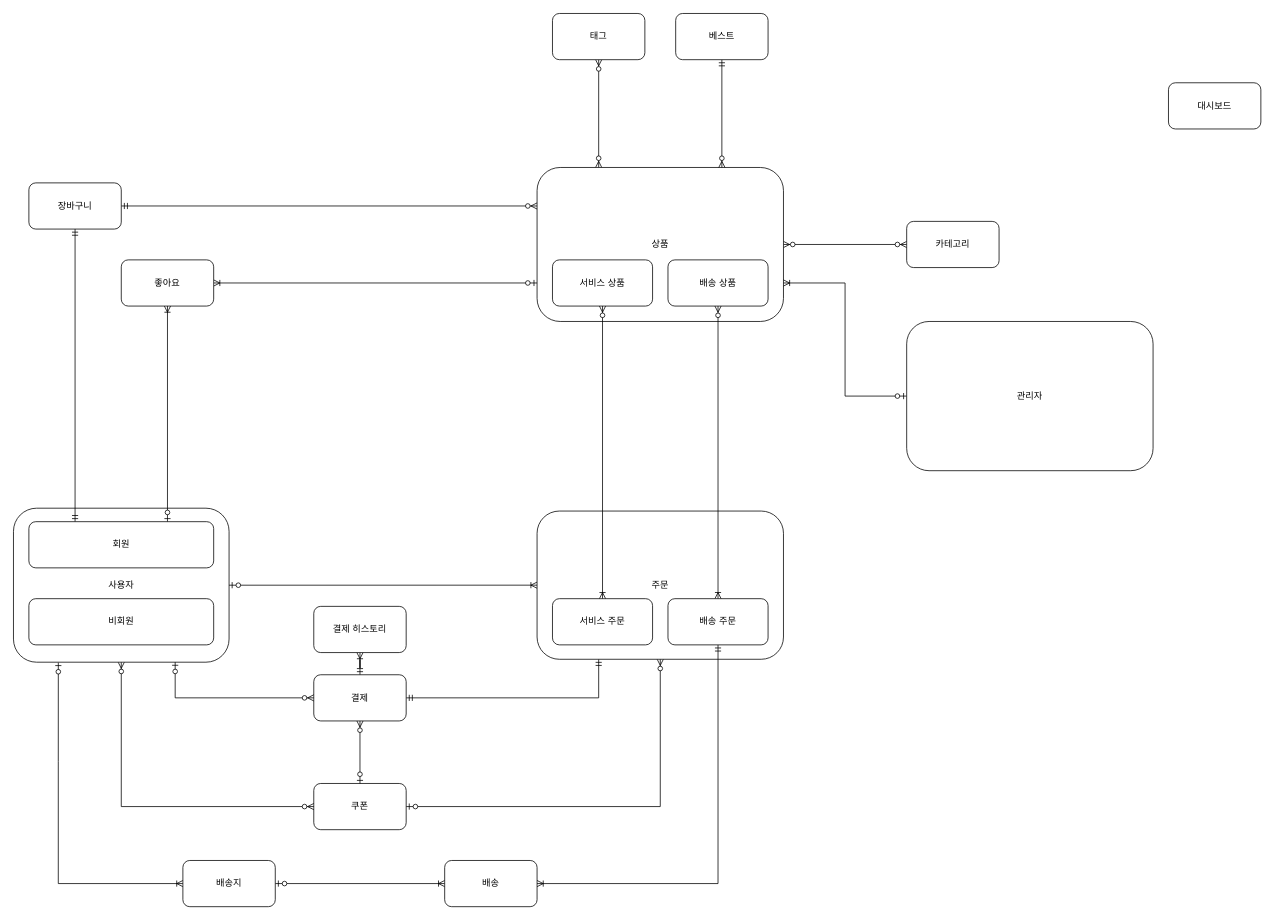
The draw.io diagram sirious_conceptual.drawio in donghyeon0725/notepad, before the edit. Source tidied: cells renumbered, new cells numbered last; positions are measured from the earlier drawing's top-left corner, leaving out a move shared by most shapes. Both pictures are drawn from the tidied source at 77%, with x=0, y=0 at pixel (13, 13).
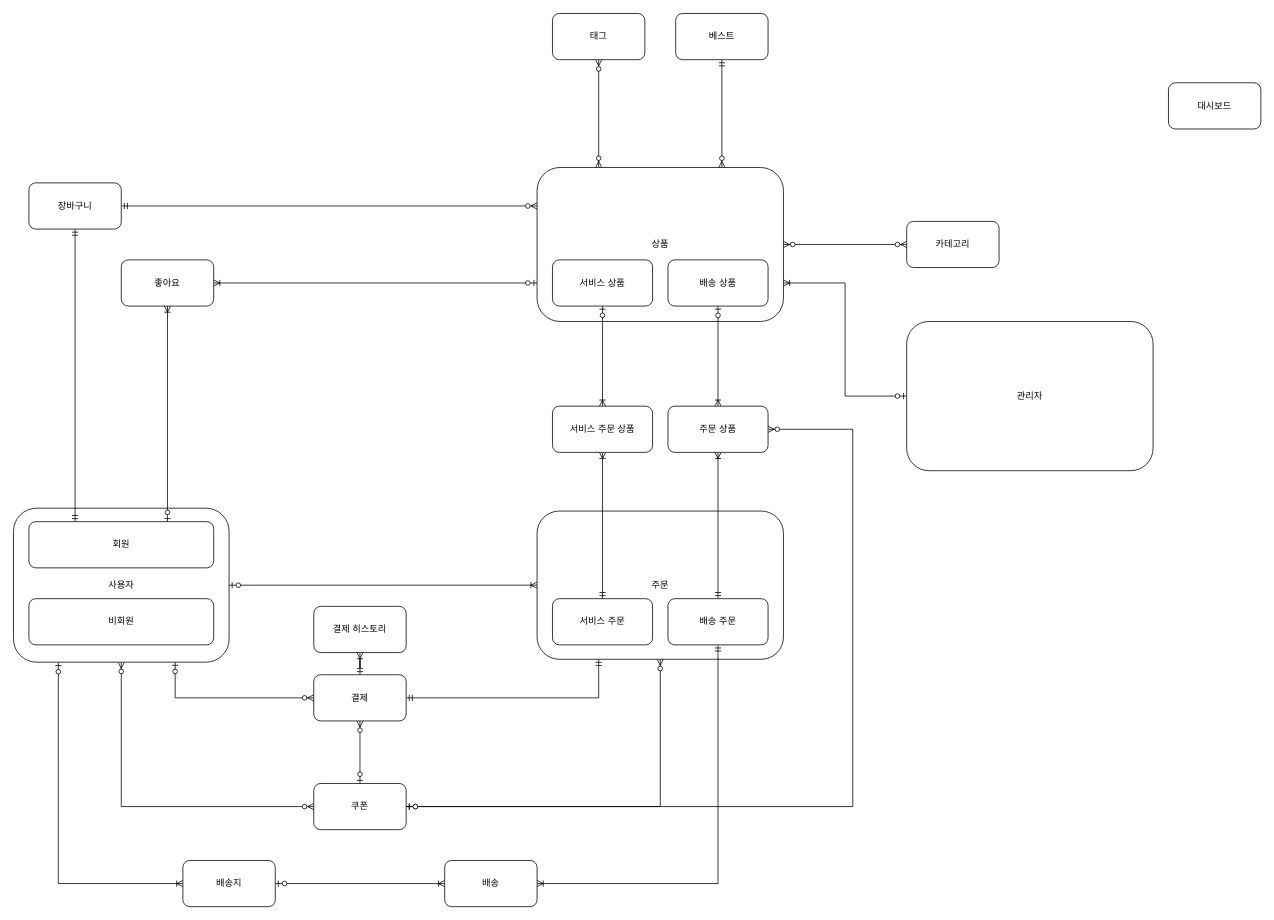
The same diagram, later.

Unchanged cells that the change refers to:
```xml
<mxCell id="5" value="서비스 상품" style="rounded=1;whiteSpace=wrap;html=1;" parent="1" vertex="1">
  <mxGeometry x="700" y="320" width="130" height="60" as="geometry" />
</mxCell>
<mxCell id="6" value="배송 상품" style="rounded=1;whiteSpace=wrap;html=1;" parent="1" vertex="1">
  <mxGeometry x="850" y="320" width="130" height="60" as="geometry" />
</mxCell>
<mxCell id="19" value="쿠폰" style="rounded=1;whiteSpace=wrap;html=1;" parent="1" vertex="1">
  <mxGeometry x="390" y="1000" width="120" height="60" as="geometry" />
</mxCell>
<mxCell id="36" value="서비스 주문" style="rounded=1;whiteSpace=wrap;html=1;" parent="1" vertex="1">
  <mxGeometry x="700" y="760" width="130" height="60" as="geometry" />
</mxCell>
<mxCell id="39" value="배송 주문" style="rounded=1;whiteSpace=wrap;html=1;" parent="1" vertex="1">
  <mxGeometry x="850" y="760" width="130" height="60" as="geometry" />
</mxCell>
```

The edit, as a diff of the source:
```diff
@@
+    <mxCell id="43" style="edgeStyle=orthogonalEdgeStyle;rounded=0;jettySize=auto;html=1;exitX=0.5;exitY=1;exitDx=0;exitDy=0;entryX=0.5;entryY=0;entryDx=0;entryDy=0;startArrow=ERzeroToOne;startFill=1;endArrow=ERoneToMany;endFill=0;" parent="1" edge="1" source="5" target="49">
+      <mxGeometry relative="1" as="geometry" />
+    </mxCell>
@@
+    <mxCell id="44" style="edgeStyle=orthogonalEdgeStyle;rounded=0;jettySize=auto;html=1;entryX=0.5;entryY=0;entryDx=0;entryDy=0;startArrow=ERzeroToOne;startFill=1;endArrow=ERoneToMany;endFill=0;" parent="1" edge="1" source="6" target="48">
+      <mxGeometry relative="1" as="geometry" />
+    </mxCell>
@@
-    <mxCell id="35" style="edgeStyle=orthogonalEdgeStyle;rounded=0;jettySize=auto;html=1;entryX=0.5;entryY=1;entryDx=0;entryDy=0;startArrow=ERoneToMany;startFill=0;endArrow=ERzeroToMany;endFill=1;" parent="1" edge="1" source="36" target="5">
-      <mxGeometry relative="1" as="geometry" />
-    </mxCell>
+    <mxCell id="45" style="edgeStyle=orthogonalEdgeStyle;rounded=0;jettySize=auto;html=1;exitX=0.5;exitY=0;exitDx=0;exitDy=0;startArrow=ERmandOne;startFill=0;endArrow=ERoneToMany;endFill=0;" parent="1" edge="1" source="36" target="49">
+      <mxGeometry relative="1" as="geometry" />
+    </mxCell>
@@
-    <mxCell id="37" style="edgeStyle=orthogonalEdgeStyle;rounded=0;jettySize=auto;html=1;entryX=0.5;entryY=1;entryDx=0;entryDy=0;startArrow=ERoneToMany;startFill=0;endArrow=ERzeroToMany;endFill=1;" parent="1" edge="1" source="39" target="6">
-      <mxGeometry relative="1" as="geometry" />
-    </mxCell>
@@
+    <mxCell id="46" style="edgeStyle=orthogonalEdgeStyle;rounded=0;jettySize=auto;html=1;exitX=0.5;exitY=0;exitDx=0;exitDy=0;entryX=0.5;entryY=1;entryDx=0;entryDy=0;startArrow=ERmandOne;startFill=0;endArrow=ERoneToMany;endFill=0;" parent="1" edge="1" source="39" target="48">
+      <mxGeometry relative="1" as="geometry" />
+    </mxCell>
@@
+    <mxCell id="47" style="edgeStyle=orthogonalEdgeStyle;rounded=0;jettySize=auto;html=1;startArrow=ERzeroToMany;startFill=1;endArrow=ERzeroToOne;endFill=1;" parent="1" edge="1" source="48" target="19">
+      <mxGeometry relative="1" as="geometry">
+        <Array as="points">
+          <mxPoint x="1090" y="540" />
+          <mxPoint x="1090" y="1030" />
+        </Array>
+      </mxGeometry>
+    </mxCell>
+    <mxCell id="48" value="주문 상품" style="rounded=1;whiteSpace=wrap;html=1;" parent="1" vertex="1">
+      <mxGeometry x="850" y="510" width="130" height="60" as="geometry" />
+    </mxCell>
+    <mxCell id="49" value="서비스 주문 상품" style="rounded=1;whiteSpace=wrap;html=1;" parent="1" vertex="1">
+      <mxGeometry x="700" y="510" width="130" height="60" as="geometry" />
+    </mxCell>
```
